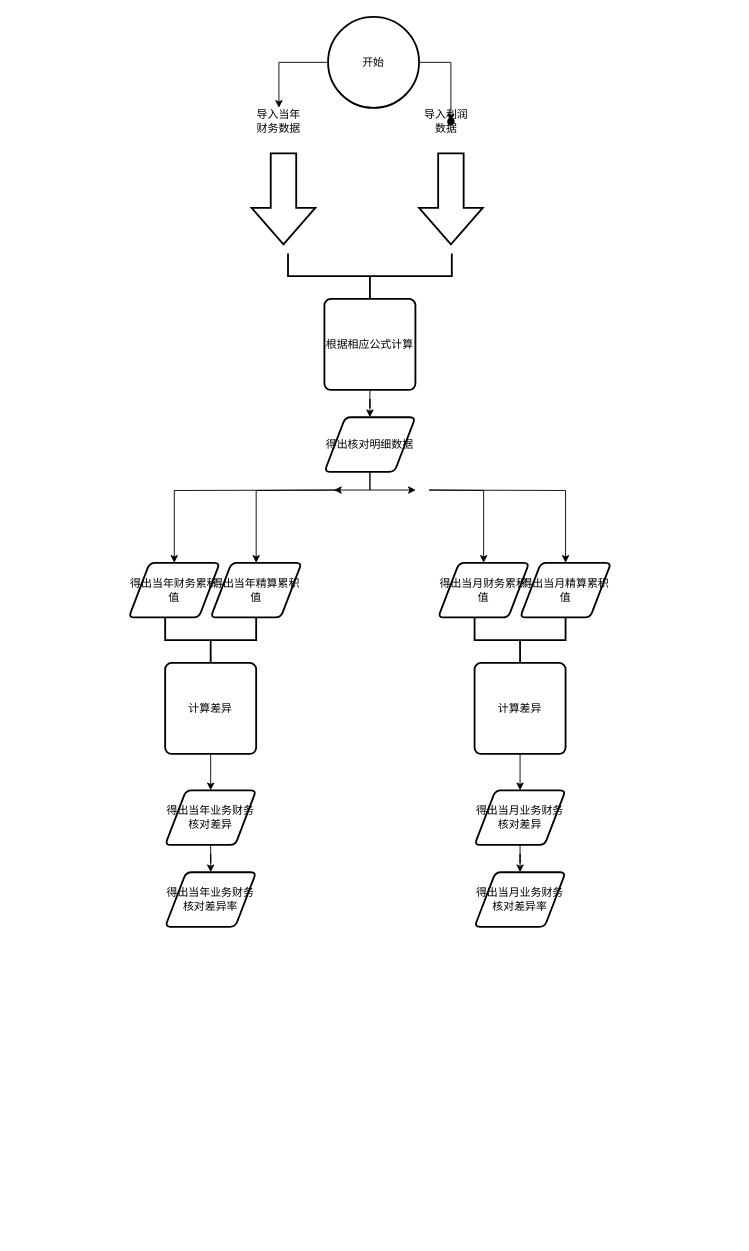
zp17762835004/e-commerce keeps this draw.io diagram as 财务核对计算逻辑.drawio. Above is the earlier version. Source tidied: cells renumbered, new cells numbered last; positions are measured from the earlier drawing's top-left corner, leaving out a move shared by most shapes. Both pictures are drawn from the tidied source at 91%, with x=0, y=0 at pixel (128, 16).
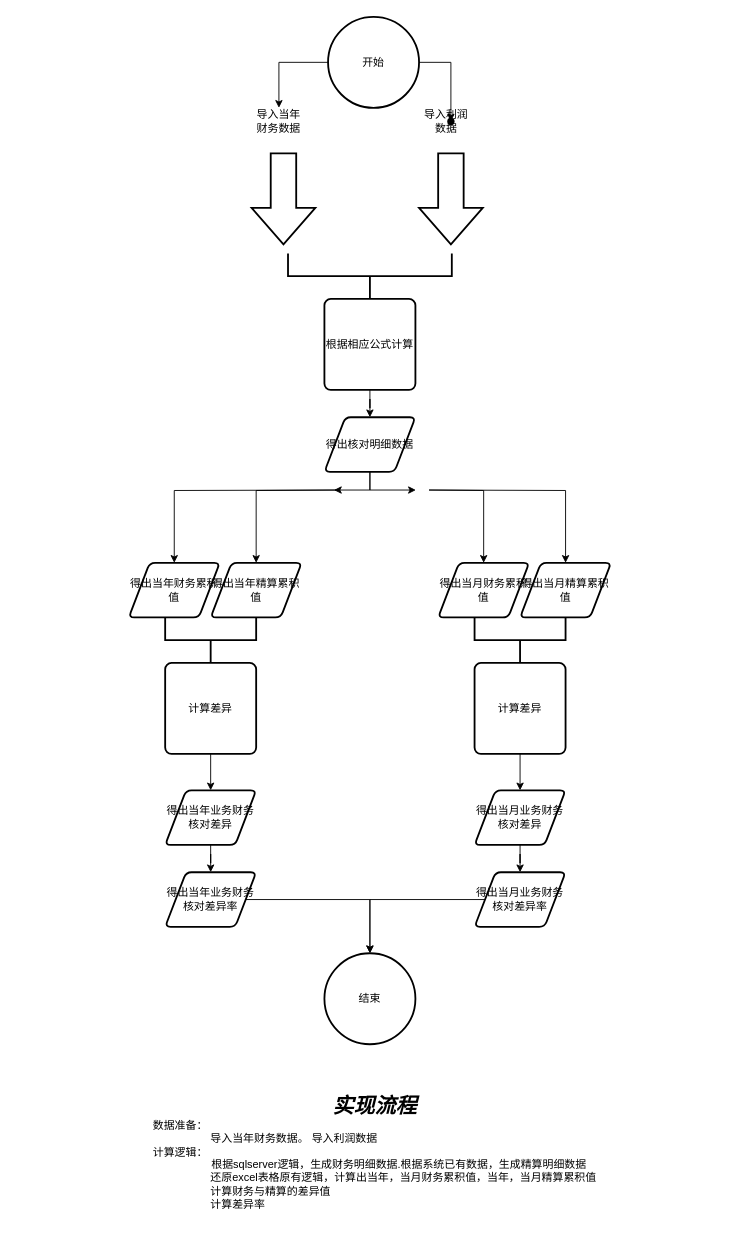
The same page after the edit.

Commit message:
更新财务核对计算逻辑.drawio

Unchanged cells that the change refers to:
```xml
<mxCell id="21" value="得出当年业务财务核对差异率" style="shape=parallelogram;html=1;strokeWidth=2;perimeter=parallelogramPerimeter;whiteSpace=wrap;rounded=1;arcSize=12;size=0.23;" parent="1" vertex="1">
  <mxGeometry x="40" y="940" width="100" height="60" as="geometry" />
</mxCell>
<mxCell id="29" value="得出当月业务财务核对差异率" style="shape=parallelogram;html=1;strokeWidth=2;perimeter=parallelogramPerimeter;whiteSpace=wrap;rounded=1;arcSize=12;size=0.23;" parent="1" vertex="1">
  <mxGeometry x="380" y="940" width="100" height="60" as="geometry" />
</mxCell>
```

Diff of the diagram source:
```diff
@@
+    <mxCell id="36" style="edgeStyle=orthogonalEdgeStyle;rounded=0;jettySize=auto;html=1;" parent="1" edge="1" source="21" target="38">
+      <mxGeometry relative="1" as="geometry" />
+    </mxCell>
@@
+    <mxCell id="37" value="&lt;font style=&quot;&quot;&gt;&lt;i style=&quot;font-size: 23px; font-weight: bold;&quot;&gt;实现流程&lt;/i&gt;&lt;br&gt;&lt;div style=&quot;text-align: left;&quot;&gt;&lt;span style=&quot;background-color: initial;&quot;&gt;数据准备：&lt;/span&gt;&lt;/div&gt;&lt;div style=&quot;text-align: left;&quot;&gt;&lt;span style=&quot;background-color: initial;&quot;&gt;&lt;span style=&quot;white-space: pre;&quot;&gt;&#9;&lt;/span&gt;&lt;span style=&quot;white-space: pre;&quot;&gt;&#9;&lt;/span&gt;&amp;nbsp; &amp;nbsp;导入当年财务数据。 导入利润数据&lt;/span&gt;&lt;/div&gt;&lt;div style=&quot;text-align: left;&quot;&gt;计算逻辑：&lt;/div&gt;&lt;span style=&quot;white-space: pre;&quot;&gt;&#9;&lt;/span&gt;&lt;span style=&quot;white-space: pre;&quot;&gt;&#9;&lt;/span&gt;根据sqlserver逻辑，生成财务明细数据.根据系统已有数据，生成精算明细数据&lt;br&gt;&lt;span style=&quot;white-space: pre;&quot;&gt;&#9;&lt;/span&gt;&lt;span style=&quot;white-space: pre;&quot;&gt;&#9;&lt;/span&gt;&amp;nbsp; &amp;nbsp;还原excel表格原有逻辑，计算出当年，当月财务累积值，当年，当月精算累积值&lt;br&gt;&lt;div style=&quot;text-align: left;&quot;&gt;&lt;span style=&quot;background-color: initial;&quot;&gt;&lt;span style=&quot;white-space: pre;&quot;&gt;&#9;&lt;/span&gt;&lt;span style=&quot;white-space: pre;&quot;&gt;&#9;&lt;/span&gt;&amp;nbsp; &amp;nbsp;计算财务与精算的差异值&lt;/span&gt;&lt;/div&gt;&lt;div style=&quot;text-align: left;&quot;&gt;&lt;span style=&quot;background-color: initial;&quot;&gt;&lt;span style=&quot;white-space: pre;&quot;&gt;&#9;&lt;/span&gt;&lt;span style=&quot;white-space: pre;&quot;&gt;&#9;&lt;/span&gt;&amp;nbsp; &amp;nbsp;计算差异率&lt;/span&gt;&lt;/div&gt;&lt;br&gt;&lt;/font&gt;" style="text;strokeColor=none;align=center;fillColor=none;html=1;verticalAlign=middle;whiteSpace=wrap;rounded=0;" parent="1" vertex="1">
+      <mxGeometry x="-124" y="1170" width="789" height="170" as="geometry" />
+    </mxCell>
+    <mxCell id="38" value="结束" style="strokeWidth=2;html=1;shape=mxgraph.flowchart.start_2;whiteSpace=wrap;" parent="1" vertex="1">
+      <mxGeometry x="215" y="1029" width="100" height="100" as="geometry" />
+    </mxCell>
+    <mxCell id="39" style="edgeStyle=orthogonalEdgeStyle;rounded=0;jettySize=auto;html=1;entryX=0.5;entryY=0;entryDx=0;entryDy=0;entryPerimeter=0;" parent="1" edge="1" source="29" target="38">
+      <mxGeometry relative="1" as="geometry" />
+    </mxCell>
```
